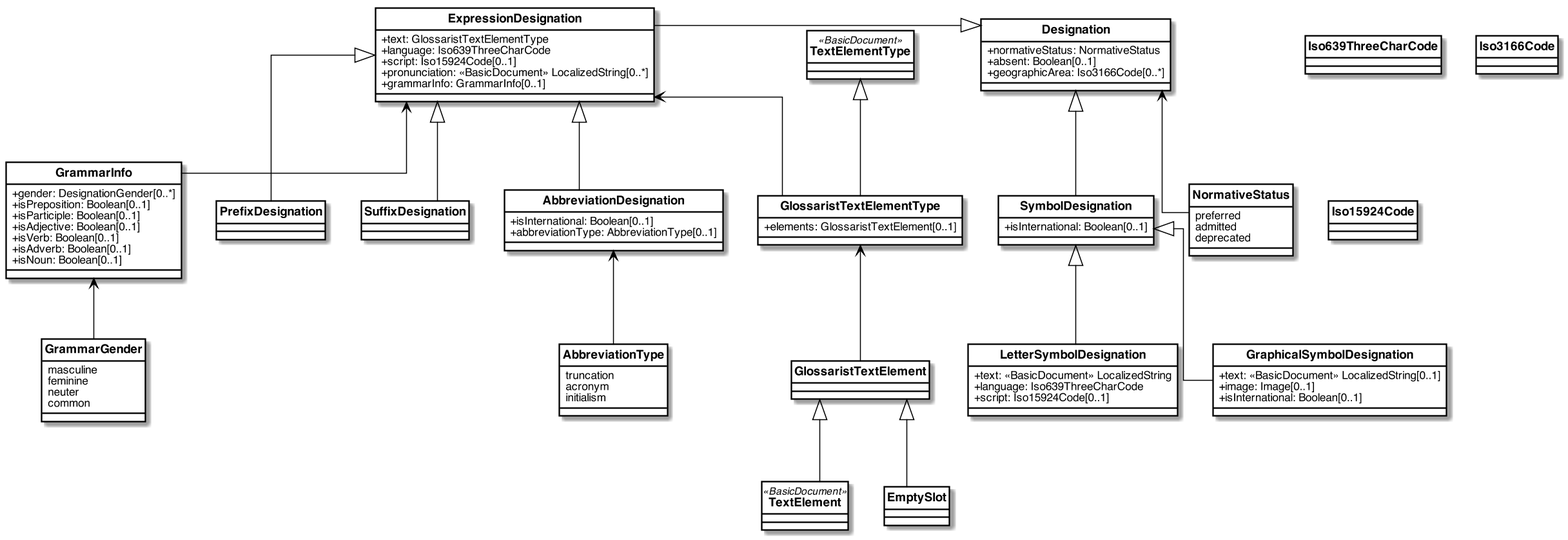
The PlantUML diagram images/designation.png in glossarist/concept-model, before a commit.
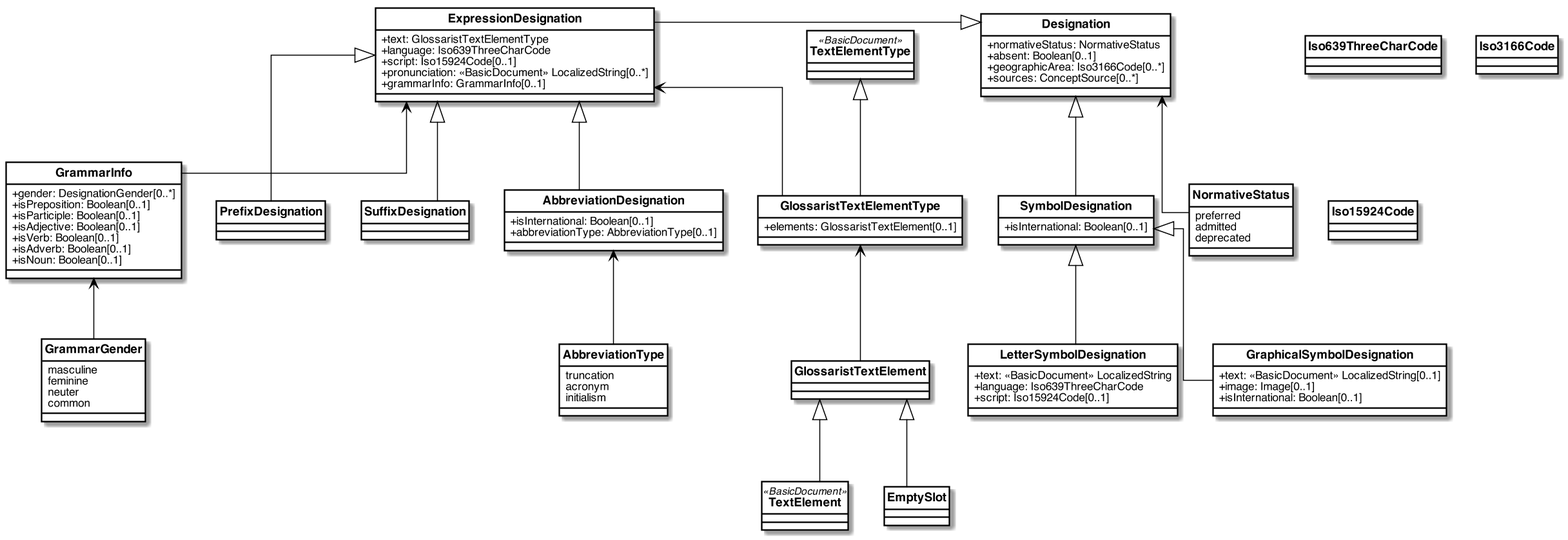
After the change.

Diff of the diagram source:
```diff
@@ -44,6 +44,7 @@
   +normativeStatus: NormativeStatus
   +absent: Boolean[0..1]
   +geographicArea: Iso3166Code[0..*]
+  +sources: ConceptSource[0..*]
 }
 
 class ExpressionDesignation {
```
